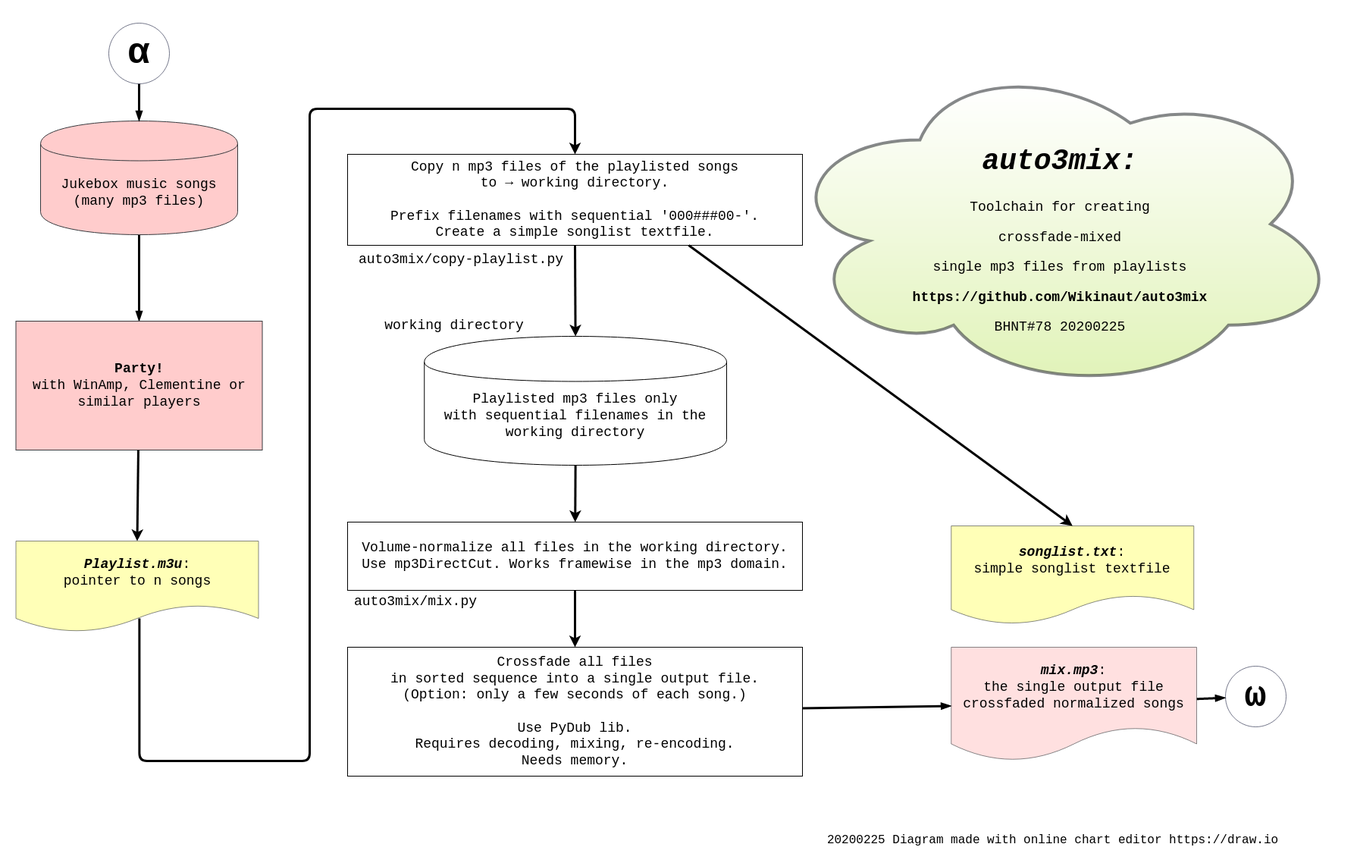
Above: auto3mix.png in Wikinaut/auto3mix (draw.io), before the change. Source tidied: cells renumbered, new cells last; positions are measured from the earlier drawing's top-left corner, leaving out a move shared by most shapes.
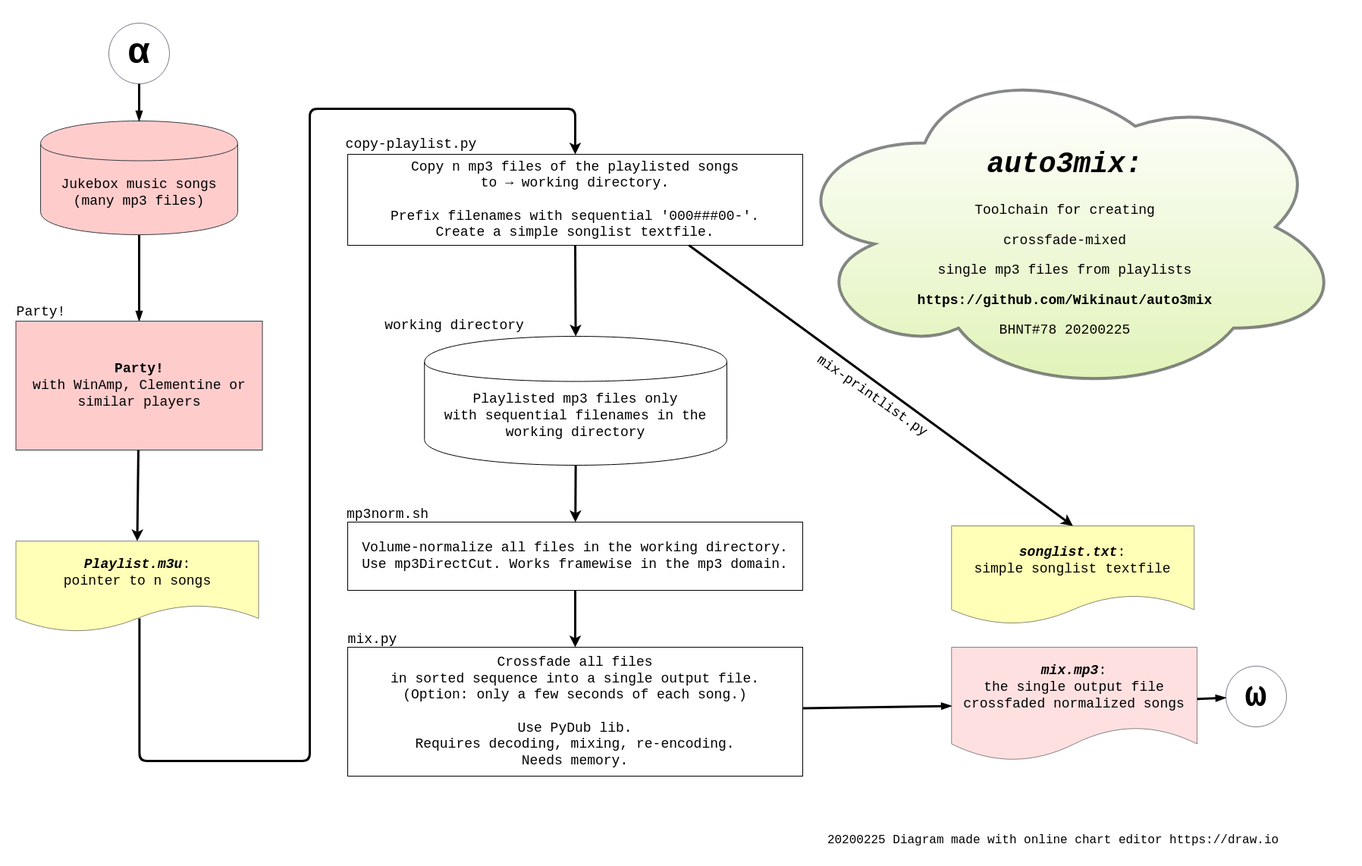
Above is the later version.

What changed in the source:
```diff
@@ -3,7 +3,7 @@
     <mxCell id="0" />
     <mxCell id="1" parent="0" />
     <mxCell id="2" value="&lt;blockquote style=&quot;font-size: 18px&quot;&gt;&lt;h1 style=&quot;line-height: 100% ; font-size: 38px&quot; align=&quot;center&quot;&gt;&lt;font style=&quot;font-size: 38px&quot;&gt;&lt;i&gt;&lt;font style=&quot;font-size: 38px&quot;&gt;&lt;span&gt;&lt;br&gt;auto3mix:&lt;/span&gt;&lt;/font&gt;&lt;/i&gt;&lt;br style=&quot;font-size: 18px&quot;&gt;&lt;/font&gt;&lt;/h1&gt;&lt;font style=&quot;font-size: 18px&quot;&gt;Toolchain for creating&lt;/font&gt;&lt;p style=&quot;font-size: 18px&quot; align=&quot;center&quot;&gt;&lt;font style=&quot;font-size: 18px&quot;&gt;crossfade-mixed&lt;/font&gt;&lt;/p&gt;&lt;p style=&quot;font-size: 18px&quot; align=&quot;center&quot;&gt;&lt;font style=&quot;font-size: 18px&quot;&gt;single mp3 files from playlists&lt;/font&gt;&lt;/p&gt;&lt;p style=&quot;font-size: 18px&quot; align=&quot;center&quot;&gt;&lt;font style=&quot;font-size: 18px&quot;&gt;&lt;b&gt;https://github.com/Wikinaut/auto3mix&lt;/b&gt;&lt;br style=&quot;font-size: 18px&quot;&gt;&lt;/font&gt;&lt;/p&gt;&lt;p style=&quot;font-size: 18px&quot; align=&quot;center&quot;&gt;&lt;font style=&quot;font-size: 18px&quot;&gt;BHNT#78 20200225&lt;br style=&quot;font-size: 18px&quot;&gt;&lt;/font&gt;&lt;/p&gt;&lt;/blockquote&gt;&lt;p style=&quot;font-size: 18px&quot;&gt;&lt;/p&gt;" style="ellipse;shape=cloud;whiteSpace=wrap;html=1;strokeWidth=4;fillColor=#cdeb8b;strokeColor=#36393d;gradientDirection=north;shadow=0;perimeterSpacing=0;opacity=60;gradientColor=#ffffff;fontFamily=Courier New;fontSize=18;fontStyle=0;" parent="1" vertex="1">
-      <mxGeometry x="1008" y="43" width="740" height="444" as="geometry" />
+      <mxGeometry x="1014" y="47" width="740" height="444" as="geometry" />
     </mxCell>
     <mxCell id="3" style="edgeStyle=none;jettySize=auto;html=1;endArrow=blockThin;endFill=1;strokeWidth=3;fontFamily=Courier New;fontSize=18;fontStyle=0;" parent="1" edge="1" source="4" target="5">
       <mxGeometry relative="1" as="geometry" />
@@ -17,8 +17,8 @@
     <mxCell id="6" value="&lt;div style=&quot;font-size: 18px;&quot;&gt;&lt;font style=&quot;font-size: 18px&quot;&gt;Copy n mp3 files of the playlisted songs&lt;br style=&quot;font-size: 18px;&quot;&gt;to → working directory.&lt;/font&gt;&lt;br style=&quot;font-size: 18px;&quot;&gt;&lt;br style=&quot;font-size: 18px;&quot;&gt;&lt;font style=&quot;font-size: 18px&quot;&gt;Prefix filenames with sequential '000###00-'.&lt;/font&gt;&lt;br style=&quot;font-size: 18px;&quot;&gt;&lt;/div&gt;&lt;font style=&quot;font-size: 18px&quot;&gt;Create a simple songlist textfile.&lt;/font&gt;" style="rounded=0;whiteSpace=wrap;html=1;fontFamily=Courier New;fontSize=18;fontStyle=0;" parent="1" vertex="1">
       <mxGeometry x="438" y="173" width="600" height="120" as="geometry" />
     </mxCell>
-    <mxCell id="7" value="&lt;div style=&quot;display: inline-block; white-space: nowrap; font-size: 18px;&quot;&gt;&lt;font style=&quot;font-size: 18px&quot;&gt;&lt;span class=&quot;edgeLabel&quot; style=&quot;font-size: 18px;&quot;&gt;&lt;br style=&quot;font-size: 18px;&quot;&gt;&lt;/span&gt;&lt;/font&gt;&lt;/div&gt;&lt;div style=&quot;display: inline-block; white-space: nowrap; font-size: 18px;&quot;&gt;&lt;font style=&quot;font-size: 18px&quot;&gt;&lt;span class=&quot;edgeLabel&quot; style=&quot;font-size: 18px;&quot;&gt;auto3mix/copy-playlist.py&lt;/span&gt;&lt;/font&gt;&lt;/div&gt;" style="text;html=1;strokeColor=none;fillColor=none;align=center;verticalAlign=middle;whiteSpace=wrap;rounded=0;fontFamily=Courier New;fontSize=18;fontStyle=0;" parent="1" vertex="1">
-      <mxGeometry x="568" y="263" width="40" height="75" as="geometry" />
+    <mxCell id="7" value="&lt;div style=&quot;display: inline-block ; white-space: nowrap ; font-size: 18px&quot;&gt;&lt;font style=&quot;font-size: 18px&quot;&gt;&lt;span class=&quot;edgeLabel&quot; style=&quot;font-size: 18px&quot;&gt;&lt;br&gt;&lt;/span&gt;&lt;/font&gt;&lt;/div&gt;&lt;div style=&quot;display: inline-block ; white-space: nowrap ; font-size: 18px&quot;&gt;&lt;font style=&quot;font-size: 18px&quot;&gt;&lt;span class=&quot;edgeLabel&quot; style=&quot;font-size: 18px&quot;&gt;copy-playlist.py&lt;/span&gt;&lt;/font&gt;&lt;/div&gt;" style="text;html=1;strokeColor=none;fillColor=none;align=center;verticalAlign=middle;whiteSpace=wrap;rounded=0;fontFamily=Courier New;fontSize=18;fontStyle=0;" parent="1" vertex="1">
+      <mxGeometry x="502" y="111" width="40" height="75" as="geometry" />
     </mxCell>
     <mxCell id="8" value="&lt;font style=&quot;font-size: 18px&quot;&gt;Playlisted mp3 files only&lt;br style=&quot;font-size: 18px;&quot;&gt;with sequential filenames in the working directory&lt;/font&gt;" style="shape=cylinder;whiteSpace=wrap;html=1;boundedLbl=1;backgroundOutline=1;fontFamily=Courier New;fontSize=18;fontStyle=0;" parent="1" vertex="1">
       <mxGeometry x="539.2" y="413" width="398.8" height="170" as="geometry" />
@@ -26,8 +26,8 @@
     <mxCell id="9" value="&lt;font style=&quot;font-size: 18px&quot;&gt;Volume-normalize all files in the working directory.&lt;br style=&quot;font-size: 18px;&quot;&gt;Use mp3DirectCut. Works framewise in the mp3 domain.&lt;/font&gt;" style="rounded=0;whiteSpace=wrap;html=1;fontFamily=Courier New;fontSize=18;fontStyle=0;" parent="1" vertex="1">
       <mxGeometry x="438" y="658" width="600" height="90" as="geometry" />
     </mxCell>
-    <mxCell id="10" value="&lt;div style=&quot;display: inline-block; white-space: nowrap; font-size: 18px;&quot;&gt;&lt;font style=&quot;font-size: 18px&quot;&gt;&lt;span class=&quot;edgeLabel&quot; style=&quot;font-size: 18px;&quot;&gt;auto3mix/mix.py&lt;/span&gt;&lt;/font&gt;&lt;/div&gt;" style="text;html=1;strokeColor=none;fillColor=none;align=center;verticalAlign=middle;whiteSpace=wrap;rounded=0;fontFamily=Courier New;fontSize=18;fontStyle=0;" parent="1" vertex="1">
-      <mxGeometry x="508" y="753" width="40" height="20" as="geometry" />
+    <mxCell id="10" value="&lt;div style=&quot;display: inline-block ; white-space: nowrap ; font-size: 18px&quot;&gt;&lt;font style=&quot;font-size: 18px&quot;&gt;&lt;span class=&quot;edgeLabel&quot; style=&quot;font-size: 18px&quot;&gt;mix.py&lt;/span&gt;&lt;/font&gt;&lt;/div&gt;" style="text;html=1;strokeColor=none;fillColor=none;align=center;verticalAlign=middle;whiteSpace=wrap;rounded=0;fontFamily=Courier New;fontSize=18;fontStyle=0;" parent="1" vertex="1">
+      <mxGeometry x="451" y="803" width="40" height="20" as="geometry" />
     </mxCell>
     <mxCell id="11" style="edgeStyle=none;jettySize=auto;html=1;endArrow=blockThin;endFill=1;strokeWidth=3;fontFamily=Courier New;fontSize=18;fontStyle=0;" parent="1" edge="1" source="12" target="14">
       <mxGeometry relative="1" as="geometry" />
@@ -90,5 +90,17 @@
     <mxCell id="28" value="&lt;div style=&quot;font-size: 16px&quot;&gt;20200225 Diagram made with online chart editor https://draw.io&lt;/div&gt;" style="text;html=1;strokeColor=none;fillColor=none;align=center;verticalAlign=middle;whiteSpace=wrap;rounded=0;shadow=0;fontFamily=Courier New;fontSize=18;opacity=60;rotation=0;" parent="1" vertex="1">
       <mxGeometry x="1010" y="1062" width="717" height="29" as="geometry" />
     </mxCell>
+    <mxCell id="29" value="&lt;div&gt;mp3norm.sh&lt;/div&gt;" style="text;html=1;strokeColor=none;fillColor=none;align=center;verticalAlign=middle;whiteSpace=wrap;rounded=0;shadow=0;fontFamily=Courier New;fontSize=18;opacity=60;" parent="1" vertex="1">
+      <mxGeometry x="471" y="638" width="40" height="20" as="geometry" />
+    </mxCell>
+    <mxCell id="30" style="edgeStyle=none;orthogonalLoop=1;jettySize=auto;html=1;exitX=0.5;exitY=1;exitDx=0;exitDy=0;endArrow=blockThin;endFill=1;strokeWidth=3;fontFamily=Courier New;fontSize=18;" parent="1" edge="1" source="29" target="29">
+      <mxGeometry relative="1" as="geometry" />
+    </mxCell>
+    <mxCell id="31" value="&lt;div&gt;mix-printlist.py&lt;/div&gt;" style="text;html=1;strokeColor=none;fillColor=none;align=center;verticalAlign=middle;whiteSpace=wrap;rounded=0;shadow=0;fontFamily=Courier New;fontSize=18;opacity=60;rotation=35;" parent="1" vertex="1">
+      <mxGeometry x="1008" y="484" width="245" height="15" as="geometry" />
+    </mxCell>
+    <mxCell id="32" value="Party!" style="text;html=1;strokeColor=none;fillColor=none;align=center;verticalAlign=middle;whiteSpace=wrap;rounded=0;shadow=0;fontFamily=Courier New;fontSize=18;opacity=60;" parent="1" vertex="1">
+      <mxGeometry x="0.5" y="366" width="66" height="29" as="geometry" />
+    </mxCell>
   </root>
 </mxGraphModel>
```
